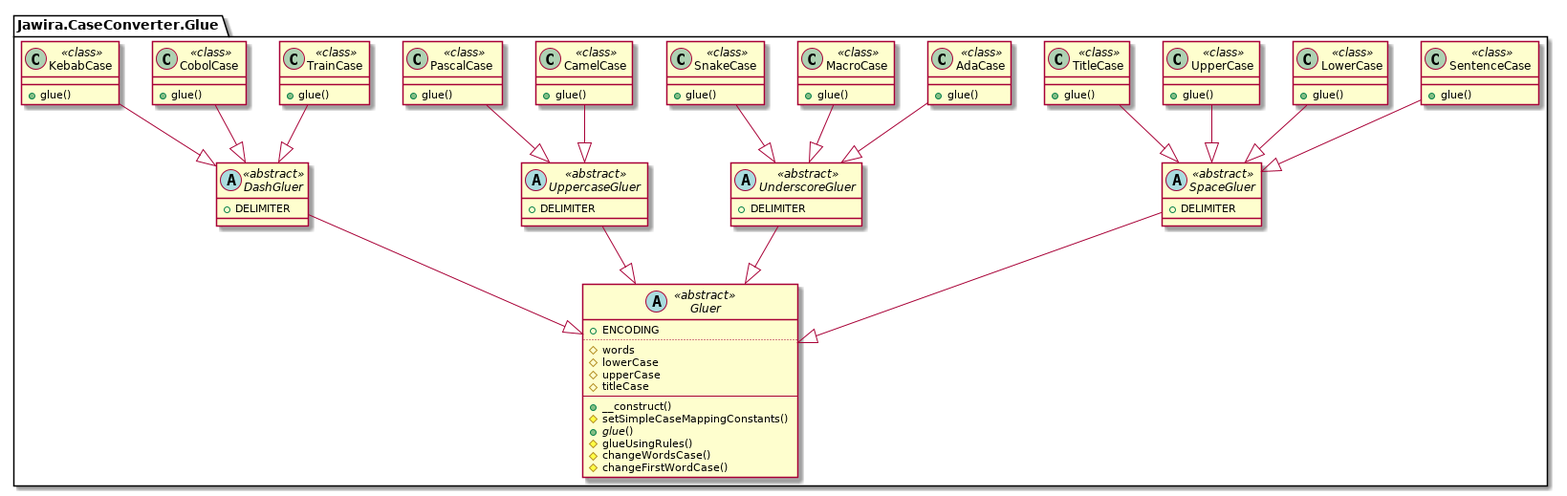
Before: images/uml-glue.png, a diagram exported from PlantUML (knm1/case-converter).
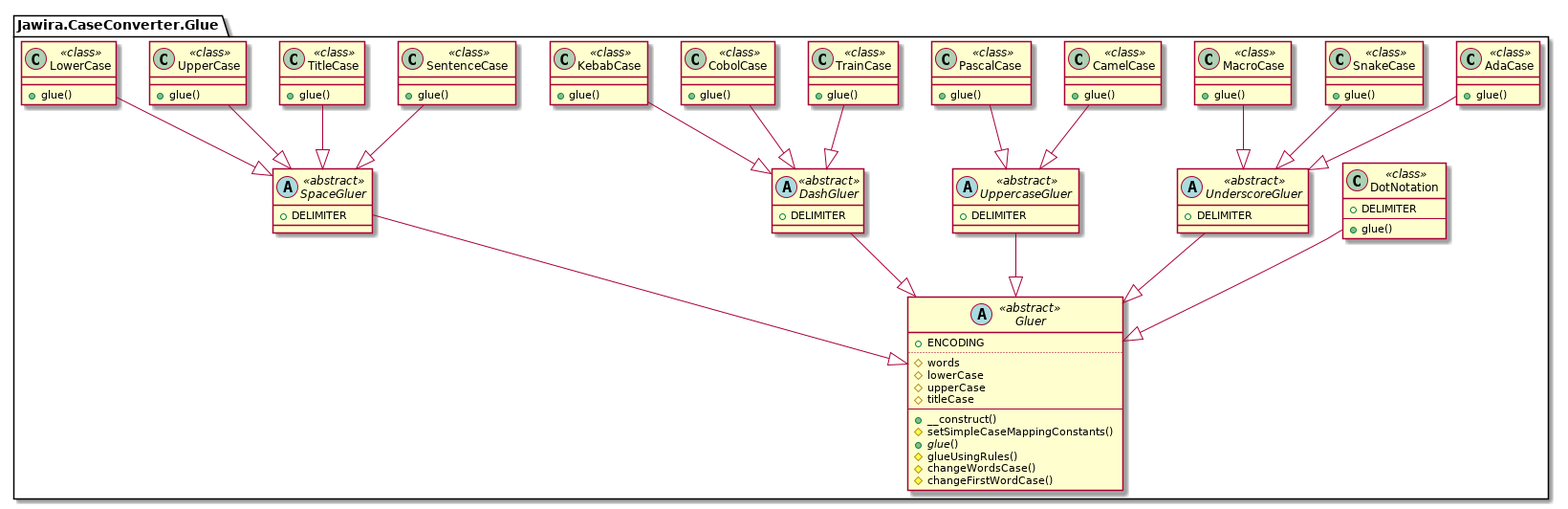
The same file after the commit.

Change to the diagram source:
```diff
@@ -1,9 +1,9 @@
 @startuml
 namespace Jawira.CaseConverter.Glue  {
-	class SentenceCase << class >> {
+	class AdaCase << class >> {
 		+glue()
 	}
-	abstract SpaceGluer << abstract >> {
+	abstract UnderscoreGluer << abstract >> {
 		+DELIMITER
 	}
 	abstract Gluer << abstract >> {
@@ -21,10 +21,22 @@
 		#changeWordsCase()
 		#changeFirstWordCase()
 	}
-	class LowerCase << class >> {
+	class SentenceCase << class >> {
 		+glue()
 	}
-	abstract UnderscoreGluer << abstract >> {
+	abstract SpaceGluer << abstract >> {
+		+DELIMITER
+	}
+	class SnakeCase << class >> {
+		+glue()
+	}
+	class TitleCase << class >> {
+		+glue()
+	}
+	class CamelCase << class >> {
+		+glue()
+	}
+	abstract UppercaseGluer << abstract >> {
 		+DELIMITER
 	}
 	class TrainCase << class >> {
@@ -33,51 +45,45 @@
 	abstract DashGluer << abstract >> {
 		+DELIMITER
 	}
-	abstract UppercaseGluer << abstract >> {
+	class DotNotation << class >> {
 		+DELIMITER
+		--
+		+glue()
 	}
-	class AdaCase << class >> {
+	class CobolCase << class >> {
+		+glue()
+	}
+	class PascalCase << class >> {
+		+glue()
+	}
+	class KebabCase << class >> {
 		+glue()
 	}
 	class UpperCase << class >> {
 		+glue()
 	}
-	class TitleCase << class >> {
+	class LowerCase << class >> {
 		+glue()
 	}
 	class MacroCase << class >> {
 		+glue()
 	}
-	class SnakeCase << class >> {
-		+glue()
-	}
-	class CamelCase << class >> {
-		+glue()
-	}
-	class PascalCase << class >> {
-		+glue()
-	}
-	class CobolCase << class >> {
-		+glue()
-	}
-	class KebabCase << class >> {
-		+glue()
-	}
 }
+Jawira.CaseConverter.Glue.UnderscoreGluer --|> Jawira.CaseConverter.Glue.Gluer
+Jawira.CaseConverter.Glue.AdaCase --|> Jawira.CaseConverter.Glue.UnderscoreGluer
 Jawira.CaseConverter.Glue.SpaceGluer --|> Jawira.CaseConverter.Glue.Gluer
 Jawira.CaseConverter.Glue.SentenceCase --|> Jawira.CaseConverter.Glue.SpaceGluer
-Jawira.CaseConverter.Glue.LowerCase --|> Jawira.CaseConverter.Glue.SpaceGluer
-Jawira.CaseConverter.Glue.UnderscoreGluer --|> Jawira.CaseConverter.Glue.Gluer
+Jawira.CaseConverter.Glue.SnakeCase --|> Jawira.CaseConverter.Glue.UnderscoreGluer
+Jawira.CaseConverter.Glue.TitleCase --|> Jawira.CaseConverter.Glue.SpaceGluer
+Jawira.CaseConverter.Glue.UppercaseGluer --|> Jawira.CaseConverter.Glue.Gluer
+Jawira.CaseConverter.Glue.CamelCase --|> Jawira.CaseConverter.Glue.UppercaseGluer
 Jawira.CaseConverter.Glue.DashGluer --|> Jawira.CaseConverter.Glue.Gluer
 Jawira.CaseConverter.Glue.TrainCase --|> Jawira.CaseConverter.Glue.DashGluer
-Jawira.CaseConverter.Glue.UppercaseGluer --|> Jawira.CaseConverter.Glue.Gluer
-Jawira.CaseConverter.Glue.AdaCase --|> Jawira.CaseConverter.Glue.UnderscoreGluer
+Jawira.CaseConverter.Glue.DotNotation --|> Jawira.CaseConverter.Glue.Gluer
+Jawira.CaseConverter.Glue.CobolCase --|> Jawira.CaseConverter.Glue.DashGluer
+Jawira.CaseConverter.Glue.PascalCase --|> Jawira.CaseConverter.Glue.UppercaseGluer
+Jawira.CaseConverter.Glue.KebabCase --|> Jawira.CaseConverter.Glue.DashGluer
 Jawira.CaseConverter.Glue.UpperCase --|> Jawira.CaseConverter.Glue.SpaceGluer
-Jawira.CaseConverter.Glue.TitleCase --|> Jawira.CaseConverter.Glue.SpaceGluer
+Jawira.CaseConverter.Glue.LowerCase --|> Jawira.CaseConverter.Glue.SpaceGluer
 Jawira.CaseConverter.Glue.MacroCase --|> Jawira.CaseConverter.Glue.UnderscoreGluer
-Jawira.CaseConverter.Glue.SnakeCase --|> Jawira.CaseConverter.Glue.UnderscoreGluer
-Jawira.CaseConverter.Glue.CamelCase --|> Jawira.CaseConverter.Glue.UppercaseGluer
-Jawira.CaseConverter.Glue.PascalCase --|> Jawira.CaseConverter.Glue.UppercaseGluer
-Jawira.CaseConverter.Glue.CobolCase --|> Jawira.CaseConverter.Glue.DashGluer
-Jawira.CaseConverter.Glue.KebabCase --|> Jawira.CaseConverter.Glue.DashGluer
 @enduml
```
